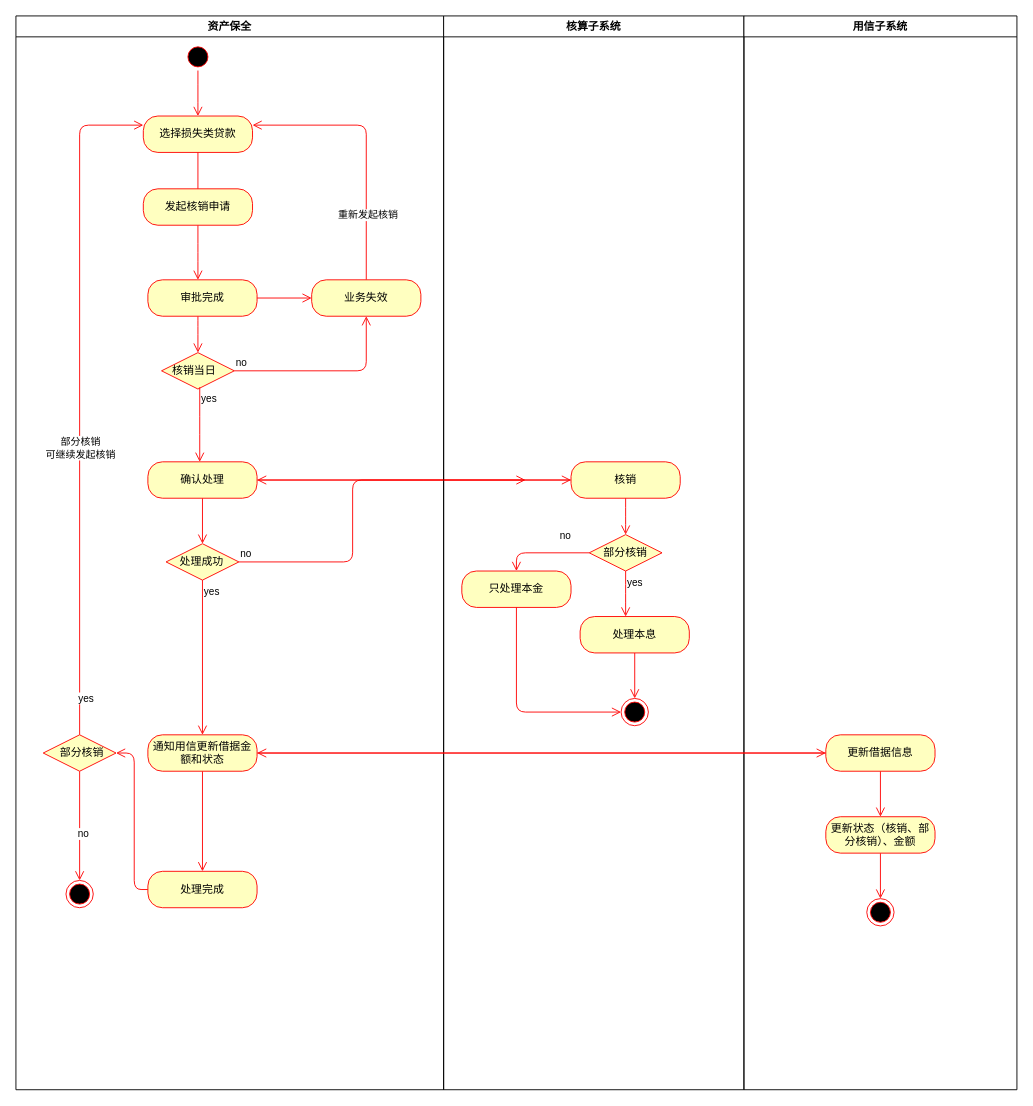
MinDaHu/UML keeps this draw.io diagram as page "贷款核销" (4 of 5) of 资产保全流程.drawio. Above is the earlier version. Source tidied: cells renumbered, new cells numbered last; positions are measured from the earlier drawing's top-left corner, leaving out a move shared by most shapes. Both pictures are drawn from the tidied source at 91%, with x=0, y=0 at pixel (15, 15).
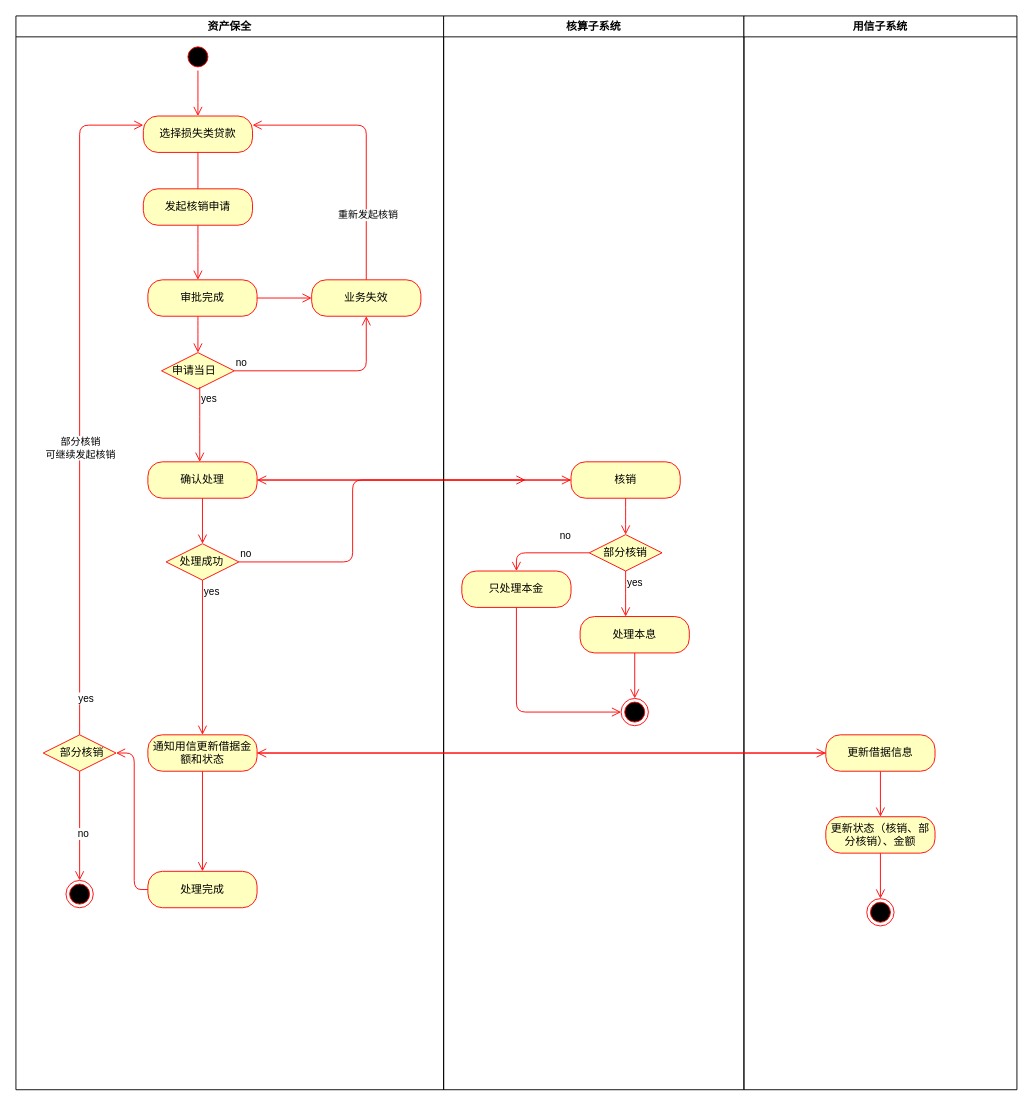
The same diagram, later.

Commit message:
更新资产保全流程.drawio

Diff of the diagram source:
```diff
@@
-    <mxCell id="16" value="&amp;nbsp; &amp;nbsp;核销当日" style="rhombus;whiteSpace=wrap;html=1;fillColor=#ffffc0;strokeColor=#ff0000;align=left;" parent="1" vertex="1">
+    <mxCell id="16" value="&amp;nbsp; &amp;nbsp;申请当日" style="rhombus;whiteSpace=wrap;html=1;fillColor=#ffffc0;strokeColor=#ff0000;align=left;" parent="1" vertex="1">
       <mxGeometry x="160" y="370" width="80" height="40" as="geometry" />
     </mxCell>
```
